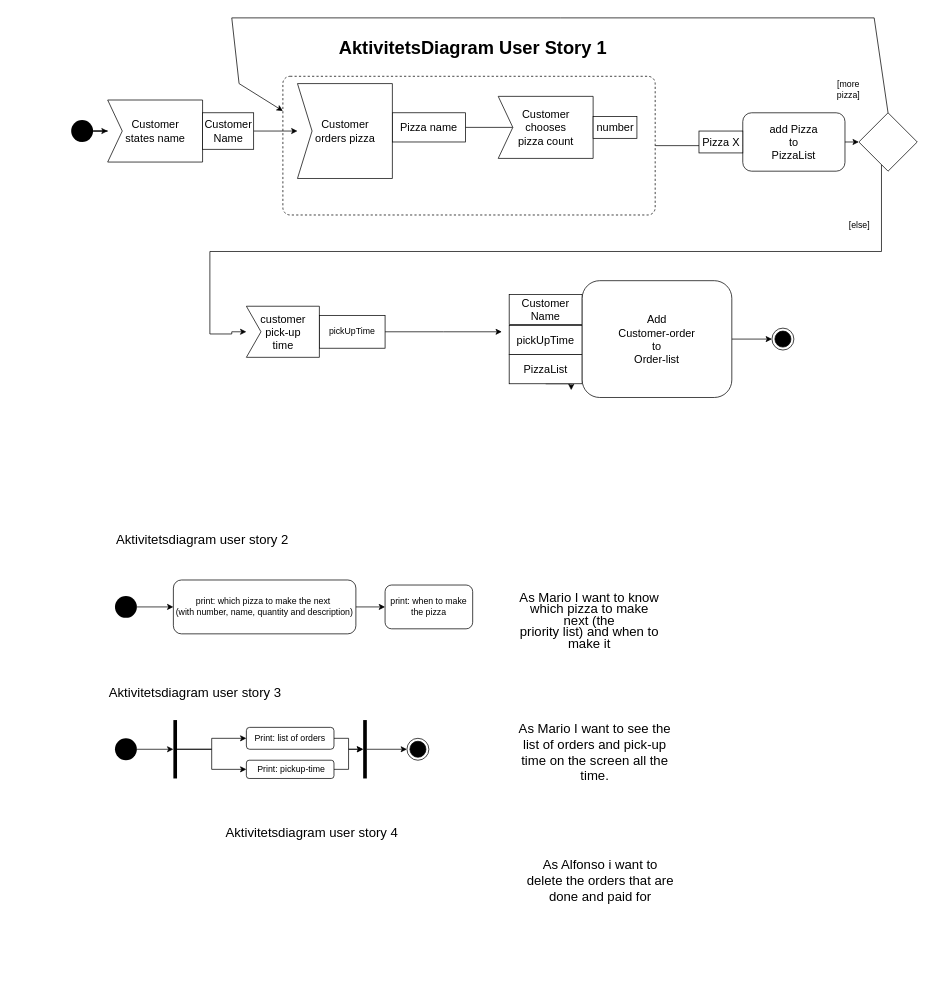
Above: Aktivetetsdiagram user story 2.drawio in norskemarcus/MariosPizzaGruppe_file (draw.io), before the change. Source tidied: cells renumbered, new cells numbered last; positions are measured from the earlier drawing's top-left corner, leaving out a move shared by most shapes. Both pictures are drawn from the tidied source at 73%, with x=0, y=0 at pixel (12, 18).
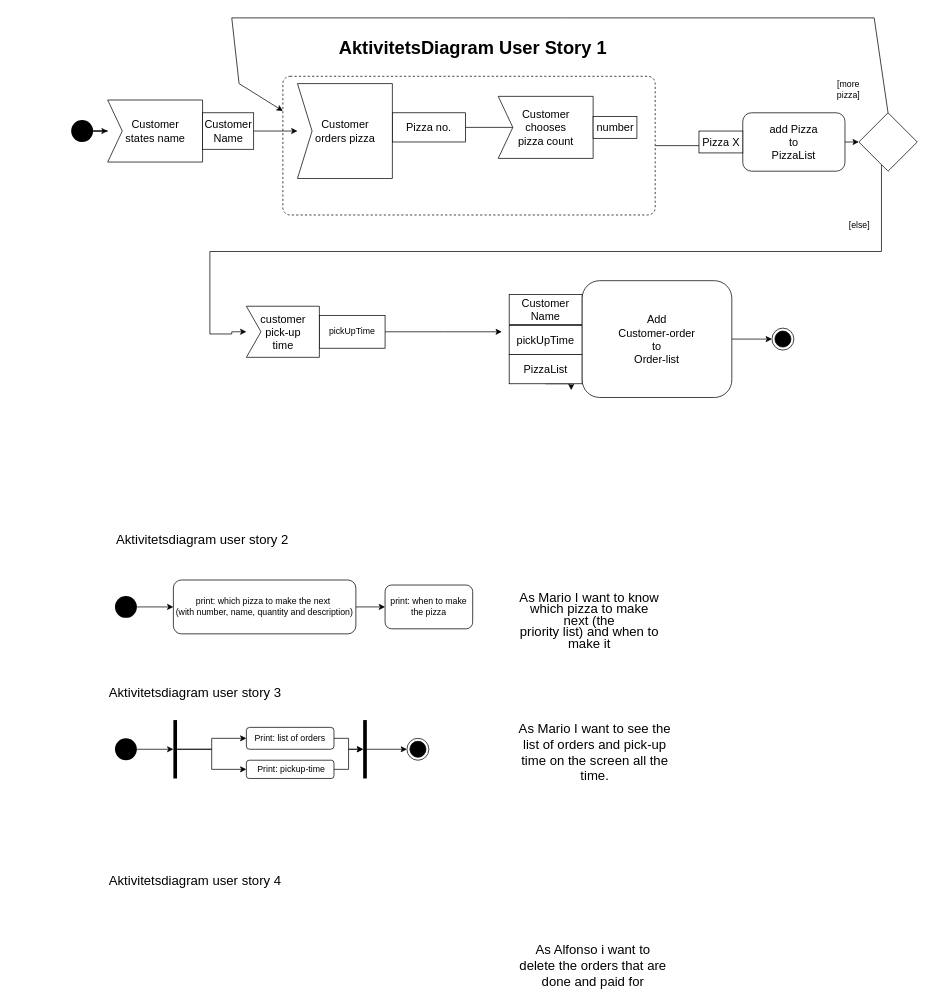
After the change.

Diff of the diagram source:
```diff
@@
     <mxCell id="17" value="As Alfonso i want to delete the orders that are done and paid for" style="text;html=1;strokeColor=none;fillColor=none;align=center;verticalAlign=middle;whiteSpace=wrap;rounded=0;fontSize=18;" parent="1" vertex="1">
-      <mxGeometry x="700" y="1153.9" width="210" height="58" as="geometry" />
+      <mxGeometry x="690" y="1270" width="210" height="58" as="geometry" />
     </mxCell>
     <mxCell id="18" value="Aktivitetsdiagram user story 4" style="text;html=1;strokeColor=none;fillColor=none;align=center;verticalAlign=middle;whiteSpace=wrap;rounded=0;fontSize=18;" parent="1" vertex="1">
-      <mxGeometry x="160" y="1101.9" width="500" height="30" as="geometry" />
+      <mxGeometry y="1167.9" width="500" height="30" as="geometry" />
     </mxCell>
@@
-    <mxCell id="21" value="Pizza name" style="whiteSpace=wrap;html=1;fontSize=15;fillColor=#FFFFFF;fontStyle=0;horizontal=1;" parent="1" vertex="1">
+    <mxCell id="21" value="Pizza no." style="whiteSpace=wrap;html=1;fontSize=15;fillColor=#FFFFFF;fontStyle=0;horizontal=1;" parent="1" vertex="1">
       <mxGeometry x="520" y="130" width="100" height="40" as="geometry" />
     </mxCell>
```
